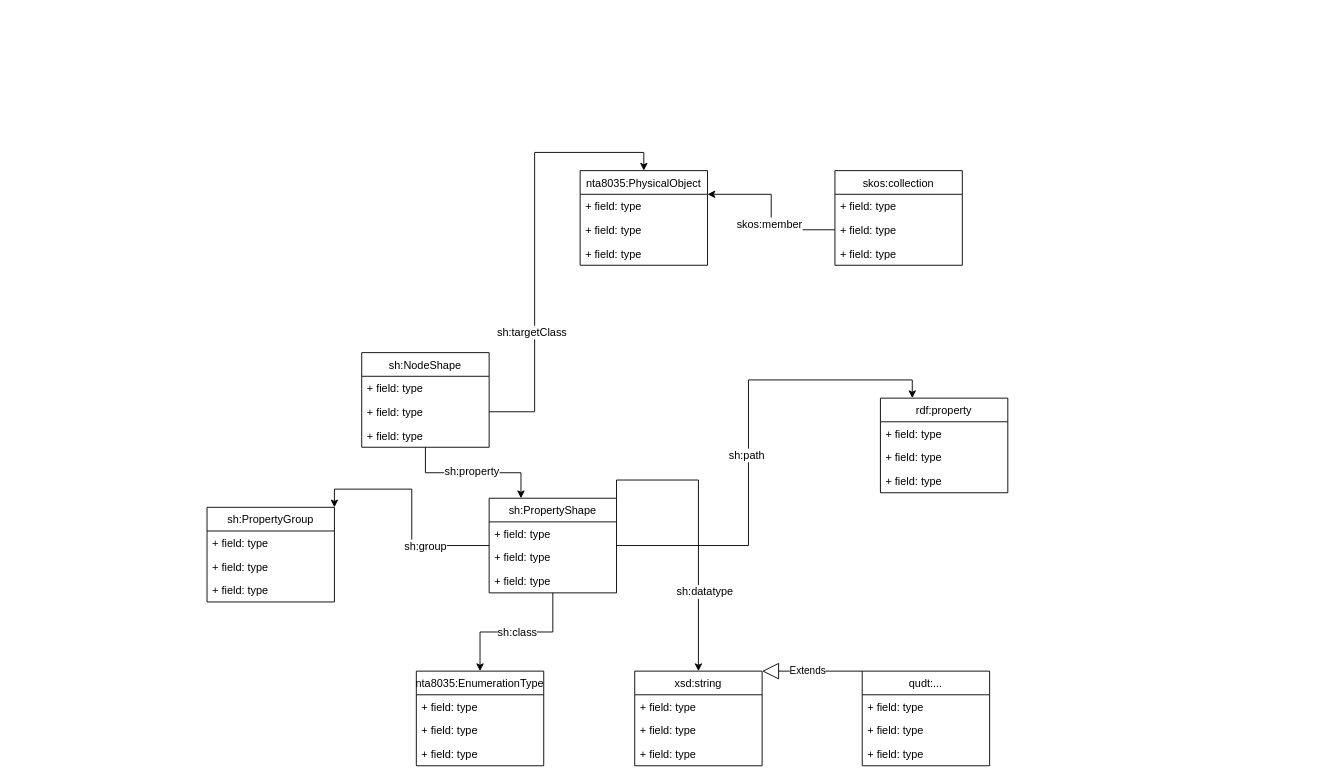
The draw.io diagram docs/IMBOR Metamodel.drawio in Stichting-CROW/imbor, before the edit. Source tidied: cells renumbered, new cells numbered last; positions are measured from the earlier drawing's top-left corner, leaving out a move shared by most shapes. Both pictures are drawn from the tidied source at 91%, with x=0, y=0 at pixel (207, 170).
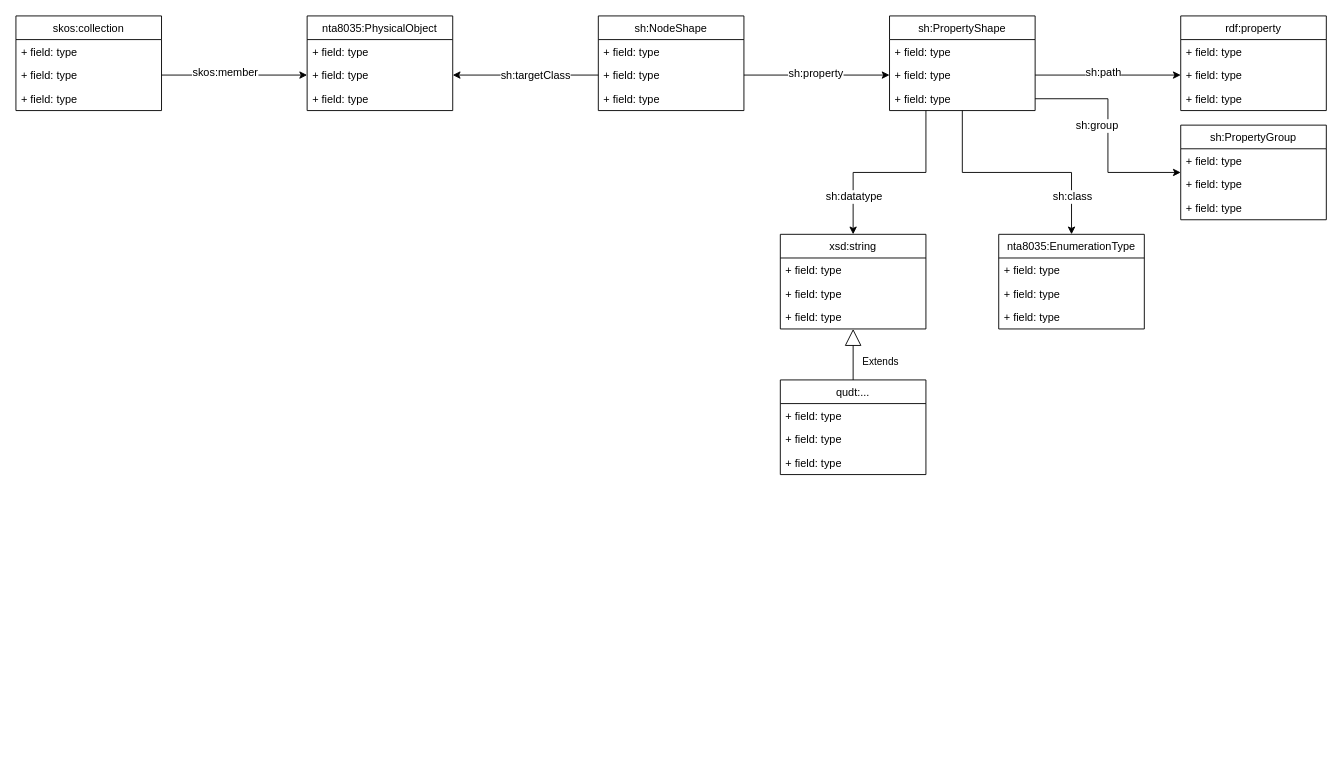
The same diagram, later.

The change refers to these unchanged cells:
```xml
<mxCell id="22" style="edgeStyle=orthogonalEdgeStyle;rounded=0;jettySize=auto;html=1;entryX=0.5;entryY=0;entryDx=0;entryDy=0;" parent="1" edge="1" source="28" target="36">
  <mxGeometry relative="1" as="geometry" />
</mxCell>
```

The edit, as a diff of the source:
```diff
@@
     <mxCell id="2" value="nta8035:PhysicalObject" style="swimlane;fontStyle=0;horizontal=1;startSize=26;fillColor=none;" parent="1" vertex="1">
-      <mxGeometry x="410" width="140" height="104" as="geometry" />
+      <mxGeometry x="110" y="-170" width="160" height="104" as="geometry" />
     </mxCell>
     <mxCell id="3" value="+ field: type" style="text;strokeColor=none;fillColor=none;align=left;verticalAlign=top;spacingLeft=4;spacingRight=4;overflow=hidden;" parent="2" vertex="1">
-      <mxGeometry y="26" width="140" height="26" as="geometry" />
+      <mxGeometry y="26" width="160" height="26" as="geometry" />
     </mxCell>
     <mxCell id="4" value="+ field: type" style="text;strokeColor=none;fillColor=none;align=left;verticalAlign=top;spacingLeft=4;spacingRight=4;overflow=hidden;points=[[0,0.5],[1,0.5]];portConstraint=eastwest;" parent="2" vertex="1">
-      <mxGeometry y="52" width="140" height="26" as="geometry" />
+      <mxGeometry y="52" width="160" height="26" as="geometry" />
     </mxCell>
     <mxCell id="5" value="+ field: type" style="text;strokeColor=none;fillColor=none;align=left;verticalAlign=top;spacingLeft=4;spacingRight=4;overflow=hidden;" parent="2" vertex="1">
-      <mxGeometry y="78" width="140" height="26" as="geometry" />
+      <mxGeometry y="78" width="160" height="26" as="geometry" />
     </mxCell>
     <mxCell id="6" value="skos:collection" style="swimlane;fontStyle=0;horizontal=1;startSize=26;fillColor=none;" parent="1" vertex="1">
-      <mxGeometry x="690" width="140" height="104" as="geometry" />
+      <mxGeometry x="-210" y="-170" width="160" height="104" as="geometry" />
     </mxCell>
     <mxCell id="7" value="+ field: type" style="text;strokeColor=none;fillColor=none;align=left;verticalAlign=top;spacingLeft=4;spacingRight=4;overflow=hidden;" parent="6" vertex="1">
-      <mxGeometry y="26" width="140" height="26" as="geometry" />
+      <mxGeometry y="26" width="160" height="26" as="geometry" />
     </mxCell>
     <mxCell id="8" value="+ field: type" style="text;strokeColor=none;fillColor=none;align=left;verticalAlign=top;spacingLeft=4;spacingRight=4;overflow=hidden;points=[[0,0.5],[1,0.5]];portConstraint=eastwest;" parent="6" vertex="1">
-      <mxGeometry y="52" width="140" height="26" as="geometry" />
+      <mxGeometry y="52" width="160" height="26" as="geometry" />
     </mxCell>
     <mxCell id="9" value="+ field: type" style="text;strokeColor=none;fillColor=none;align=left;verticalAlign=top;spacingLeft=4;spacingRight=4;overflow=hidden;" parent="6" vertex="1">
-      <mxGeometry y="78" width="140" height="26" as="geometry" />
+      <mxGeometry y="78" width="160" height="26" as="geometry" />
     </mxCell>
-    <mxCell id="10" style="edgeStyle=orthogonalEdgeStyle;rounded=0;jettySize=auto;html=1;entryX=1;entryY=0.25;entryDx=0;entryDy=0;" parent="1" edge="1" source="8" target="2">
+    <mxCell id="10" style="edgeStyle=orthogonalEdgeStyle;rounded=0;jettySize=auto;html=1;entryX=0;entryY=0.5;entryDx=0;entryDy=0;" parent="1" edge="1" source="8" target="4">
       <mxGeometry relative="1" as="geometry" />
     </mxCell>
@@
-    <mxCell id="12" style="edgeStyle=orthogonalEdgeStyle;rounded=0;jettySize=auto;html=1;entryX=0.25;entryY=0;entryDx=0;entryDy=0;" parent="1" edge="1" source="14" target="28">
+    <mxCell id="12" style="edgeStyle=orthogonalEdgeStyle;rounded=0;jettySize=auto;html=1;entryX=0;entryY=0.5;entryDx=0;entryDy=0;exitX=1;exitY=0.5;exitDx=0;exitDy=0;" parent="1" edge="1" source="16" target="30">
       <mxGeometry relative="1" as="geometry" />
     </mxCell>
@@
     <mxCell id="14" value="sh:NodeShape" style="swimlane;fontStyle=0;horizontal=1;startSize=26;fillColor=none;" parent="1" vertex="1">
-      <mxGeometry x="170" y="200" width="140" height="104" as="geometry" />
+      <mxGeometry x="430" y="-170" width="160" height="104" as="geometry" />
     </mxCell>
     <mxCell id="15" value="+ field: type" style="text;strokeColor=none;fillColor=none;align=left;verticalAlign=top;spacingLeft=4;spacingRight=4;overflow=hidden;" parent="14" vertex="1">
-      <mxGeometry y="26" width="140" height="26" as="geometry" />
+      <mxGeometry y="26" width="160" height="26" as="geometry" />
     </mxCell>
     <mxCell id="16" value="+ field: type" style="text;strokeColor=none;fillColor=none;align=left;verticalAlign=top;spacingLeft=4;spacingRight=4;overflow=hidden;points=[[0,0.5],[1,0.5]];portConstraint=eastwest;" parent="14" vertex="1">
-      <mxGeometry y="52" width="140" height="26" as="geometry" />
+      <mxGeometry y="52" width="160" height="26" as="geometry" />
     </mxCell>
     <mxCell id="17" value="+ field: type" style="text;strokeColor=none;fillColor=none;align=left;verticalAlign=top;spacingLeft=4;spacingRight=4;overflow=hidden;" parent="14" vertex="1">
-      <mxGeometry y="78" width="140" height="26" as="geometry" />
+      <mxGeometry y="78" width="160" height="26" as="geometry" />
     </mxCell>
-    <mxCell id="18" style="edgeStyle=orthogonalEdgeStyle;rounded=0;jettySize=auto;html=1;entryX=0.5;entryY=0;entryDx=0;entryDy=0;" parent="1" edge="1" source="16" target="2">
+    <mxCell id="18" style="edgeStyle=orthogonalEdgeStyle;rounded=0;jettySize=auto;html=1;entryX=1;entryY=0.5;entryDx=0;entryDy=0;" parent="1" edge="1" source="16" target="4">
       <mxGeometry relative="1" as="geometry" />
     </mxCell>
     <mxCell id="19" value="sh:targetClass" style="text;html=1;align=center;verticalAlign=middle;labelBackgroundColor=#ffffff;" parent="18" vertex="1">
-      <mxGeometry x="-0.42" y="4" relative="1" as="geometry" />
+      <mxGeometry x="-0.42" y="4" relative="1" as="geometry">
+        <mxPoint x="-24" y="-4" as="offset" />
+      </mxGeometry>
     </mxCell>
-    <mxCell id="20" style="edgeStyle=orthogonalEdgeStyle;rounded=0;jettySize=auto;html=1;entryX=0.25;entryY=0;entryDx=0;entryDy=0;" parent="1" edge="1" source="28" target="32">
+    <mxCell id="20" style="edgeStyle=orthogonalEdgeStyle;rounded=0;jettySize=auto;html=1;entryX=0;entryY=0.5;entryDx=0;entryDy=0;exitX=1;exitY=0.5;exitDx=0;exitDy=0;" parent="1" edge="1" source="30" target="34">
       <mxGeometry relative="1" as="geometry" />
     </mxCell>
@@
     <mxCell id="23" value="sh:class" style="text;html=1;align=center;verticalAlign=middle;labelBackgroundColor=#ffffff;" parent="22" vertex="1">
       <mxGeometry x="0.26" y="-22" relative="1" as="geometry">
-        <mxPoint x="22" y="22" as="offset" />
+        <mxPoint x="27" y="4" as="offset" />
       </mxGeometry>
     </mxCell>
-    <mxCell id="24" style="edgeStyle=orthogonalEdgeStyle;rounded=0;jettySize=auto;html=1;entryX=0.5;entryY=0;entryDx=0;entryDy=0;exitX=1;exitY=0;exitDx=0;exitDy=0;" parent="1" edge="1" source="28" target="40">
+    <mxCell id="24" style="edgeStyle=orthogonalEdgeStyle;rounded=0;jettySize=auto;html=1;entryX=0.5;entryY=0;entryDx=0;entryDy=0;exitX=0.25;exitY=1;exitDx=0;exitDy=0;" parent="1" edge="1" source="28" target="40">
       <mxGeometry relative="1" as="geometry" />
     </mxCell>
     <mxCell id="25" value="sh:datatype" style="text;html=1;align=center;verticalAlign=middle;labelBackgroundColor=#ffffff;" parent="24" vertex="1">
       <mxGeometry x="0.24" y="-35" relative="1" as="geometry">
-        <mxPoint x="41" y="34" as="offset" />
+        <mxPoint x="-14" y="61" as="offset" />
       </mxGeometry>
     </mxCell>
-    <mxCell id="26" style="edgeStyle=orthogonalEdgeStyle;rounded=0;jettySize=auto;html=1;entryX=1;entryY=0;entryDx=0;entryDy=0;" parent="1" edge="1" source="28" target="49">
+    <mxCell id="26" style="edgeStyle=orthogonalEdgeStyle;rounded=0;jettySize=auto;html=1;entryX=0;entryY=0.5;entryDx=0;entryDy=0;exitX=1;exitY=0.5;exitDx=0;exitDy=0;" parent="1" edge="1" source="31" target="49">
       <mxGeometry relative="1" as="geometry" />
     </mxCell>
     <mxCell id="27" value="sh:group" style="text;html=1;align=center;verticalAlign=middle;labelBackgroundColor=#ffffff;" parent="26" vertex="1">
-      <mxGeometry x="-0.44" relative="1" as="geometry" />
+      <mxGeometry x="-0.44" relative="1" as="geometry">
+        <mxPoint y="29" as="offset" />
+      </mxGeometry>
     </mxCell>
     <mxCell id="28" value="sh:PropertyShape" style="swimlane;fontStyle=0;horizontal=1;startSize=26;fillColor=none;" parent="1" vertex="1">
-      <mxGeometry x="310" y="360" width="140" height="104" as="geometry" />
+      <mxGeometry x="750" y="-170" width="160" height="104" as="geometry" />
     </mxCell>
     <mxCell id="29" value="+ field: type" style="text;strokeColor=none;fillColor=none;align=left;verticalAlign=top;spacingLeft=4;spacingRight=4;overflow=hidden;" parent="28" vertex="1">
-      <mxGeometry y="26" width="140" height="26" as="geometry" />
+      <mxGeometry y="26" width="160" height="26" as="geometry" />
     </mxCell>
     <mxCell id="30" value="+ field: type" style="text;strokeColor=none;fillColor=none;align=left;verticalAlign=top;spacingLeft=4;spacingRight=4;overflow=hidden;points=[[0,0.5],[1,0.5]];portConstraint=eastwest;" parent="28" vertex="1">
-      <mxGeometry y="52" width="140" height="26" as="geometry" />
+      <mxGeometry y="52" width="160" height="26" as="geometry" />
     </mxCell>
     <mxCell id="31" value="+ field: type" style="text;strokeColor=none;fillColor=none;align=left;verticalAlign=top;spacingLeft=4;spacingRight=4;overflow=hidden;points=[[0,0.5],[1,0.5]];portConstraint=eastwest;" parent="28" vertex="1">
-      <mxGeometry y="78" width="140" height="26" as="geometry" />
+      <mxGeometry y="78" width="160" height="26" as="geometry" />
     </mxCell>
     <mxCell id="32" value="rdf:property" style="swimlane;fontStyle=0;horizontal=1;startSize=26;fillColor=none;" parent="1" vertex="1">
-      <mxGeometry x="740" y="250" width="140" height="104" as="geometry" />
+      <mxGeometry x="1070" y="-170" width="160" height="104" as="geometry" />
     </mxCell>
     <mxCell id="33" value="+ field: type" style="text;strokeColor=none;fillColor=none;align=left;verticalAlign=top;spacingLeft=4;spacingRight=4;overflow=hidden;" parent="32" vertex="1">
-      <mxGeometry y="26" width="140" height="26" as="geometry" />
+      <mxGeometry y="26" width="160" height="26" as="geometry" />
     </mxCell>
     <mxCell id="34" value="+ field: type" style="text;strokeColor=none;fillColor=none;align=left;verticalAlign=top;spacingLeft=4;spacingRight=4;overflow=hidden;points=[[0,0.5],[1,0.5]];portConstraint=eastwest;" parent="32" vertex="1">
-      <mxGeometry y="52" width="140" height="26" as="geometry" />
+      <mxGeometry y="52" width="160" height="26" as="geometry" />
     </mxCell>
     <mxCell id="35" value="+ field: type" style="text;strokeColor=none;fillColor=none;align=left;verticalAlign=top;spacingLeft=4;spacingRight=4;overflow=hidden;" parent="32" vertex="1">
-      <mxGeometry y="78" width="140" height="26" as="geometry" />
+      <mxGeometry y="78" width="160" height="26" as="geometry" />
     </mxCell>
     <mxCell id="36" value="nta8035:EnumerationType" style="swimlane;fontStyle=0;horizontal=1;startSize=26;fillColor=none;" parent="1" vertex="1">
-      <mxGeometry x="230" y="550" width="140" height="104" as="geometry" />
+      <mxGeometry x="870" y="70" width="160" height="104" as="geometry" />
     </mxCell>
     <mxCell id="37" value="+ field: type" style="text;strokeColor=none;fillColor=none;align=left;verticalAlign=top;spacingLeft=4;spacingRight=4;overflow=hidden;" parent="36" vertex="1">
-      <mxGeometry y="26" width="140" height="26" as="geometry" />
+      <mxGeometry y="26" width="160" height="26" as="geometry" />
     </mxCell>
     <mxCell id="38" value="+ field: type" style="text;strokeColor=none;fillColor=none;align=left;verticalAlign=top;spacingLeft=4;spacingRight=4;overflow=hidden;" parent="36" vertex="1">
-      <mxGeometry y="52" width="140" height="26" as="geometry" />
+      <mxGeometry y="52" width="160" height="26" as="geometry" />
     </mxCell>
     <mxCell id="39" value="+ field: type" style="text;strokeColor=none;fillColor=none;align=left;verticalAlign=top;spacingLeft=4;spacingRight=4;overflow=hidden;" parent="36" vertex="1">
-      <mxGeometry y="78" width="140" height="26" as="geometry" />
+      <mxGeometry y="78" width="160" height="26" as="geometry" />
     </mxCell>
     <mxCell id="40" value="xsd:string" style="swimlane;fontStyle=0;horizontal=1;startSize=26;fillColor=none;" parent="1" vertex="1">
-      <mxGeometry x="470" y="550" width="140" height="104" as="geometry" />
+      <mxGeometry x="630" y="70" width="160" height="104" as="geometry" />
     </mxCell>
     <mxCell id="41" value="+ field: type" style="text;strokeColor=none;fillColor=none;align=left;verticalAlign=top;spacingLeft=4;spacingRight=4;overflow=hidden;" parent="40" vertex="1">
-      <mxGeometry y="26" width="140" height="26" as="geometry" />
+      <mxGeometry y="26" width="160" height="26" as="geometry" />
     </mxCell>
     <mxCell id="42" value="+ field: type" style="text;strokeColor=none;fillColor=none;align=left;verticalAlign=top;spacingLeft=4;spacingRight=4;overflow=hidden;" parent="40" vertex="1">
-      <mxGeometry y="52" width="140" height="26" as="geometry" />
+      <mxGeometry y="52" width="160" height="26" as="geometry" />
     </mxCell>
     <mxCell id="43" value="+ field: type" style="text;strokeColor=none;fillColor=none;align=left;verticalAlign=top;spacingLeft=4;spacingRight=4;overflow=hidden;" parent="40" vertex="1">
-      <mxGeometry y="78" width="140" height="26" as="geometry" />
+      <mxGeometry y="78" width="160" height="26" as="geometry" />
     </mxCell>
     <mxCell id="44" value="qudt:..." style="swimlane;fontStyle=0;horizontal=1;startSize=26;fillColor=none;" parent="1" vertex="1">
-      <mxGeometry x="720" y="550" width="140" height="104" as="geometry" />
+      <mxGeometry x="630" y="230" width="160" height="104" as="geometry" />
     </mxCell>
     <mxCell id="45" value="+ field: type" style="text;strokeColor=none;fillColor=none;align=left;verticalAlign=top;spacingLeft=4;spacingRight=4;overflow=hidden;" parent="44" vertex="1">
-      <mxGeometry y="26" width="140" height="26" as="geometry" />
+      <mxGeometry y="26" width="160" height="26" as="geometry" />
     </mxCell>
     <mxCell id="46" value="+ field: type" style="text;strokeColor=none;fillColor=none;align=left;verticalAlign=top;spacingLeft=4;spacingRight=4;overflow=hidden;" parent="44" vertex="1">
-      <mxGeometry y="52" width="140" height="26" as="geometry" />
+      <mxGeometry y="52" width="160" height="26" as="geometry" />
     </mxCell>
     <mxCell id="47" value="+ field: type" style="text;strokeColor=none;fillColor=none;align=left;verticalAlign=top;spacingLeft=4;spacingRight=4;overflow=hidden;" parent="44" vertex="1">
-      <mxGeometry y="78" width="140" height="26" as="geometry" />
+      <mxGeometry y="78" width="160" height="26" as="geometry" />
     </mxCell>
-    <mxCell id="48" value="Extends" style="endArrow=block;endSize=16;endFill=0;html=1;entryX=1;entryY=0;entryDx=0;entryDy=0;exitX=0;exitY=0;exitDx=0;exitDy=0;" parent="1" edge="1" source="44" target="40">
-      <mxGeometry x="0.09" relative="1" as="geometry" />
+    <mxCell id="48" value="Extends" style="endArrow=block;endSize=16;endFill=0;html=1;exitX=0.5;exitY=0;exitDx=0;exitDy=0;" parent="1" edge="1" source="44" target="40">
+      <mxGeometry x="-0.29" y="-30" relative="1" as="geometry" />
     </mxCell>
     <mxCell id="49" value="sh:PropertyGroup" style="swimlane;fontStyle=0;horizontal=1;startSize=26;fillColor=none;" parent="1" vertex="1">
-      <mxGeometry y="370" width="140" height="104" as="geometry" />
+      <mxGeometry x="1070" y="-50" width="160" height="104" as="geometry" />
     </mxCell>
     <mxCell id="50" value="+ field: type" style="text;strokeColor=none;fillColor=none;align=left;verticalAlign=top;spacingLeft=4;spacingRight=4;overflow=hidden;" parent="49" vertex="1">
-      <mxGeometry y="26" width="140" height="26" as="geometry" />
+      <mxGeometry y="26" width="160" height="26" as="geometry" />
     </mxCell>
     <mxCell id="51" value="+ field: type" style="text;strokeColor=none;fillColor=none;align=left;verticalAlign=top;spacingLeft=4;spacingRight=4;overflow=hidden;" parent="49" vertex="1">
-      <mxGeometry y="52" width="140" height="26" as="geometry" />
+      <mxGeometry y="52" width="160" height="26" as="geometry" />
     </mxCell>
     <mxCell id="52" value="+ field: type" style="text;strokeColor=none;fillColor=none;align=left;verticalAlign=top;spacingLeft=4;spacingRight=4;overflow=hidden;" parent="49" vertex="1">
-      <mxGeometry y="78" width="140" height="26" as="geometry" />
+      <mxGeometry y="78" width="160" height="26" as="geometry" />
     </mxCell>
```
